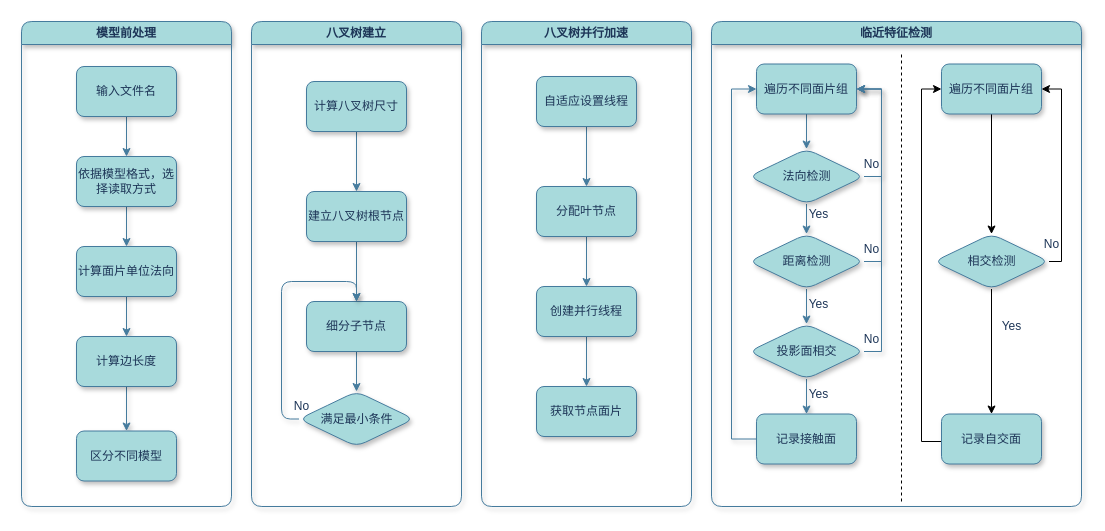
WalkLater/workflow keeps this draw.io diagram as OCTreeCheckWorkflow.drawio. Above is the earlier version. Source tidied: cells renumbered, new cells numbered last; positions are measured from the earlier drawing's top-left corner, leaving out a move shared by most shapes. Both pictures are drawn from the tidied source at 100%, with x=0, y=0 at pixel (21, 21).
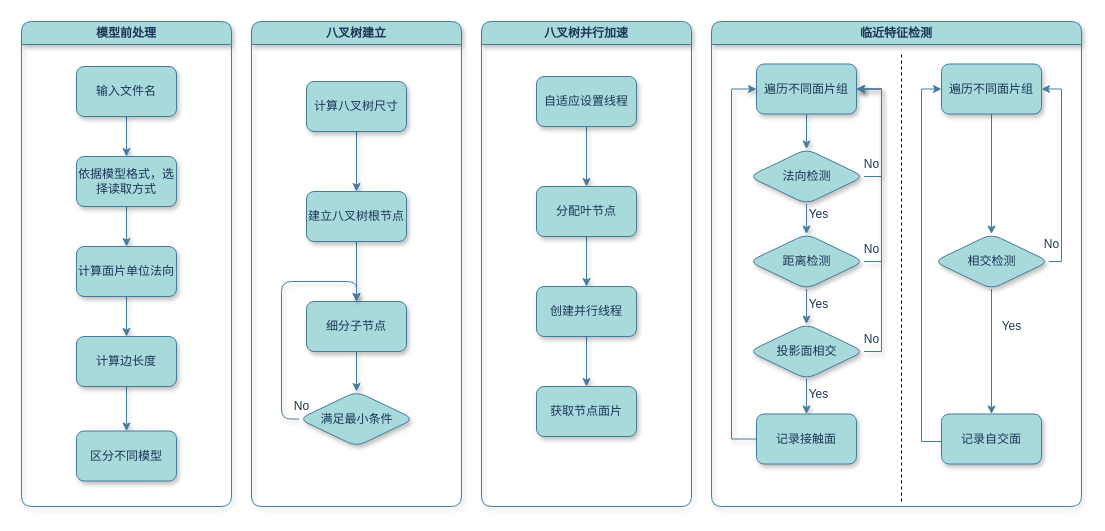
After the change.

The change refers to these unchanged cells:
```xml
<mxCell id="30" value="临近特征检测" style="swimlane;whiteSpace=wrap;html=1;rounded=1;labelBackgroundColor=none;fillColor=#A8DADC;strokeColor=#457B9D;fontColor=#1D3557;shadow=1;" parent="1" vertex="1">
  <mxGeometry x="690" width="370" height="485" as="geometry" />
</mxCell>
<mxCell id="52" value="遍历不同面片组" style="rounded=1;whiteSpace=wrap;html=1;labelBackgroundColor=none;fillColor=#A8DADC;strokeColor=#457B9D;fontColor=#1D3557;glass=0;shadow=1;" parent="30" vertex="1">
  <mxGeometry x="230" y="42.5" width="100" height="50" as="geometry" />
</mxCell>
<mxCell id="55" value="相交检测" style="rhombus;whiteSpace=wrap;html=1;rounded=1;labelBackgroundColor=none;fillColor=#A8DADC;strokeColor=#457B9D;fontColor=#1D3557;shadow=1;" parent="30" vertex="1">
  <mxGeometry x="222.5" y="212.5" width="115" height="55" as="geometry" />
</mxCell>
<mxCell id="57" value="记录自交面" style="rounded=1;whiteSpace=wrap;html=1;labelBackgroundColor=none;fillColor=#A8DADC;strokeColor=#457B9D;fontColor=#1D3557;shadow=1;" parent="30" vertex="1">
  <mxGeometry x="230" y="392.5" width="100" height="50" as="geometry" />
</mxCell>
```

The edit, as a diff of the source:
```diff
@@
-    <mxCell id="51" style="edgeStyle=orthogonalEdgeStyle;rounded=0;jettySize=auto;html=1;" parent="30" edge="1" source="52" target="55">
+    <mxCell id="51" style="edgeStyle=orthogonalEdgeStyle;rounded=0;jettySize=auto;html=1;strokeColor=#457B9D;" parent="30" edge="1" source="52" target="55">
       <mxGeometry relative="1" as="geometry" />
     </mxCell>
@@
-    <mxCell id="53" style="edgeStyle=orthogonalEdgeStyle;rounded=0;jettySize=auto;html=1;entryX=0.5;entryY=0;entryDx=0;entryDy=0;" parent="30" edge="1" source="55" target="57">
+    <mxCell id="53" style="edgeStyle=orthogonalEdgeStyle;rounded=0;jettySize=auto;html=1;entryX=0.5;entryY=0;entryDx=0;entryDy=0;strokeColor=#457B9D;" parent="30" edge="1" source="55" target="57">
       <mxGeometry relative="1" as="geometry" />
     </mxCell>
-    <mxCell id="54" style="edgeStyle=orthogonalEdgeStyle;rounded=0;jettySize=auto;html=1;entryX=1;entryY=0.5;entryDx=0;entryDy=0;" parent="30" edge="1" source="55" target="52">
+    <mxCell id="54" style="edgeStyle=orthogonalEdgeStyle;rounded=0;jettySize=auto;html=1;entryX=1;entryY=0.5;entryDx=0;entryDy=0;strokeColor=#457B9D;" parent="30" edge="1" source="55" target="52">
       <mxGeometry relative="1" as="geometry">
         <Array as="points">
           <mxPoint x="350" y="240" />
           <mxPoint x="350" y="68" />
         </Array>
       </mxGeometry>
     </mxCell>
@@
-    <mxCell id="56" style="edgeStyle=orthogonalEdgeStyle;rounded=0;jettySize=auto;html=1;entryX=0;entryY=0.5;entryDx=0;entryDy=0;" parent="30" edge="1" source="57" target="52">
+    <mxCell id="56" style="edgeStyle=orthogonalEdgeStyle;rounded=0;jettySize=auto;html=1;entryX=0;entryY=0.5;entryDx=0;entryDy=0;strokeColor=#457B9D;" parent="30" edge="1" source="57" target="52">
       <mxGeometry relative="1" as="geometry">
         <Array as="points">
           <mxPoint x="210" y="420" />
           <mxPoint x="210" y="68" />
         </Array>
       </mxGeometry>
     </mxCell>
```
